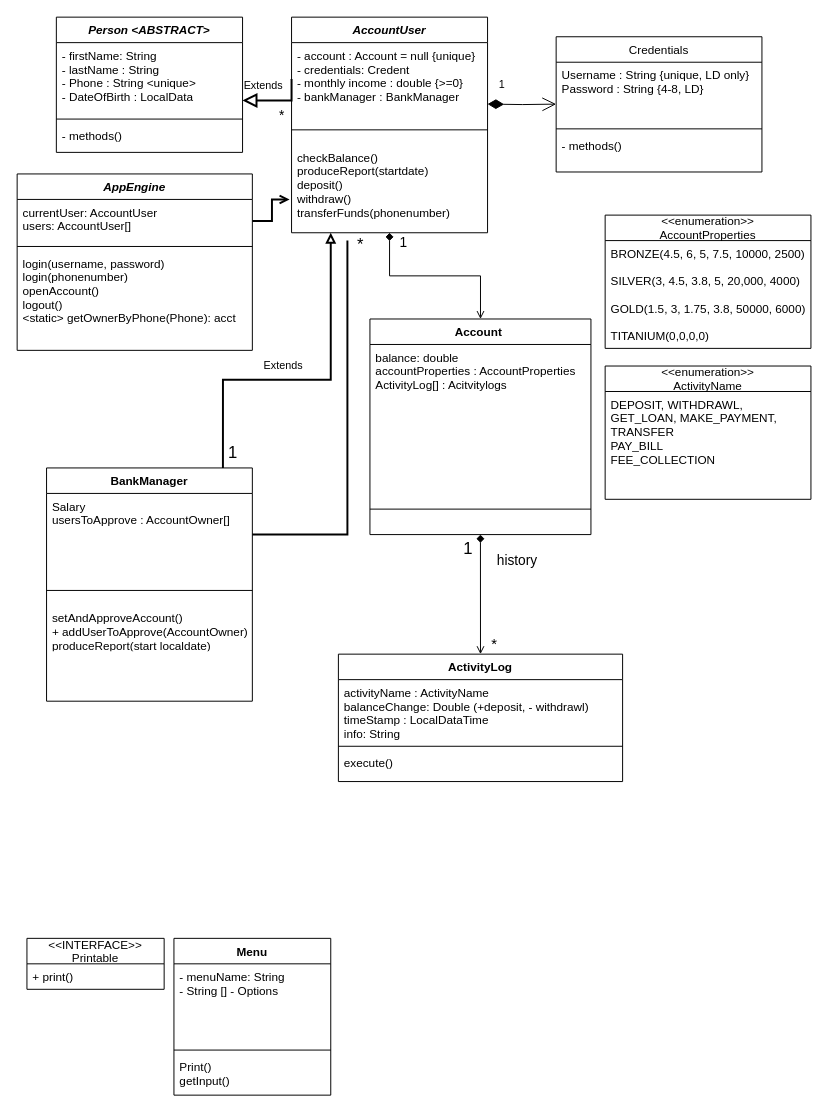
amirshac/BankingProject keeps this draw.io diagram as Documents/BankingProjectUML.drawio. Above is the earlier version. Source tidied: cells renumbered, new cells numbered last; positions are measured from the earlier drawing's top-left corner, leaving out a move shared by most shapes. Both pictures are drawn from the tidied source at 98%, with x=0, y=0 at pixel (17, 17).
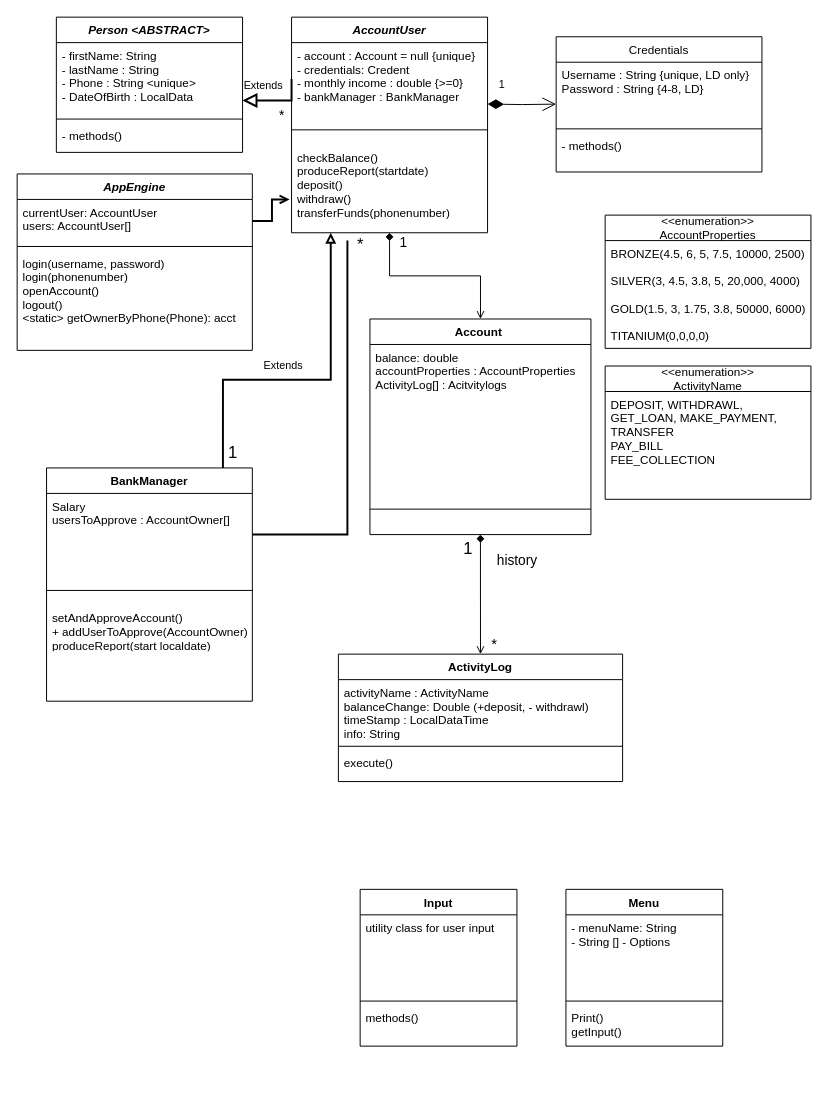
After the change.

What changed in the source:
```diff
@@
-    <mxCell id="27" value="&lt;&lt;INTERFACE&gt;&gt;&#10;Printable" style="swimlane;fontStyle=0;horizontal=1;startSize=26;fillColor=none;" parent="1" vertex="1">
-      <mxGeometry x="10" y="940" width="140" height="52" as="geometry" />
-    </mxCell>
-    <mxCell id="28" value="+ print()" style="text;strokeColor=none;fillColor=none;align=left;verticalAlign=top;spacingLeft=4;spacingRight=4;overflow=hidden;" parent="27" vertex="1">
-      <mxGeometry y="26" width="140" height="26" as="geometry" />
-    </mxCell>
     <mxCell id="29" value="Menu" style="swimlane;fontStyle=1;align=center;verticalAlign=top;horizontal=1;startSize=26;" parent="1" vertex="1">
-      <mxGeometry x="160" y="940" width="160" height="160" as="geometry" />
+      <mxGeometry x="560" y="890" width="160" height="160" as="geometry" />
     </mxCell>
@@
+    <mxCell id="55" value="Input" style="swimlane;fontStyle=1;align=center;verticalAlign=top;horizontal=1;startSize=26;" parent="1" vertex="1">
+      <mxGeometry x="350" y="890" width="160" height="160" as="geometry" />
+    </mxCell>
+    <mxCell id="56" value="utility class for user input" style="text;strokeColor=none;fillColor=none;align=left;verticalAlign=top;spacingLeft=4;spacingRight=4;overflow=hidden;" parent="55" vertex="1">
+      <mxGeometry y="26" width="160" height="84" as="geometry" />
+    </mxCell>
+    <mxCell id="57" style="line;strokeWidth=1;fillColor=none;align=left;verticalAlign=middle;spacingTop=-1;spacingLeft=3;spacingRight=3;labelPosition=right;" parent="55" vertex="1">
+      <mxGeometry y="110" width="160" height="8" as="geometry" />
+    </mxCell>
+    <mxCell id="58" value="methods()&#10;" style="text;strokeColor=none;fillColor=none;align=left;verticalAlign=top;spacingLeft=4;spacingRight=4;overflow=hidden;" parent="55" vertex="1">
+      <mxGeometry y="118" width="160" height="42" as="geometry" />
+    </mxCell>
```
